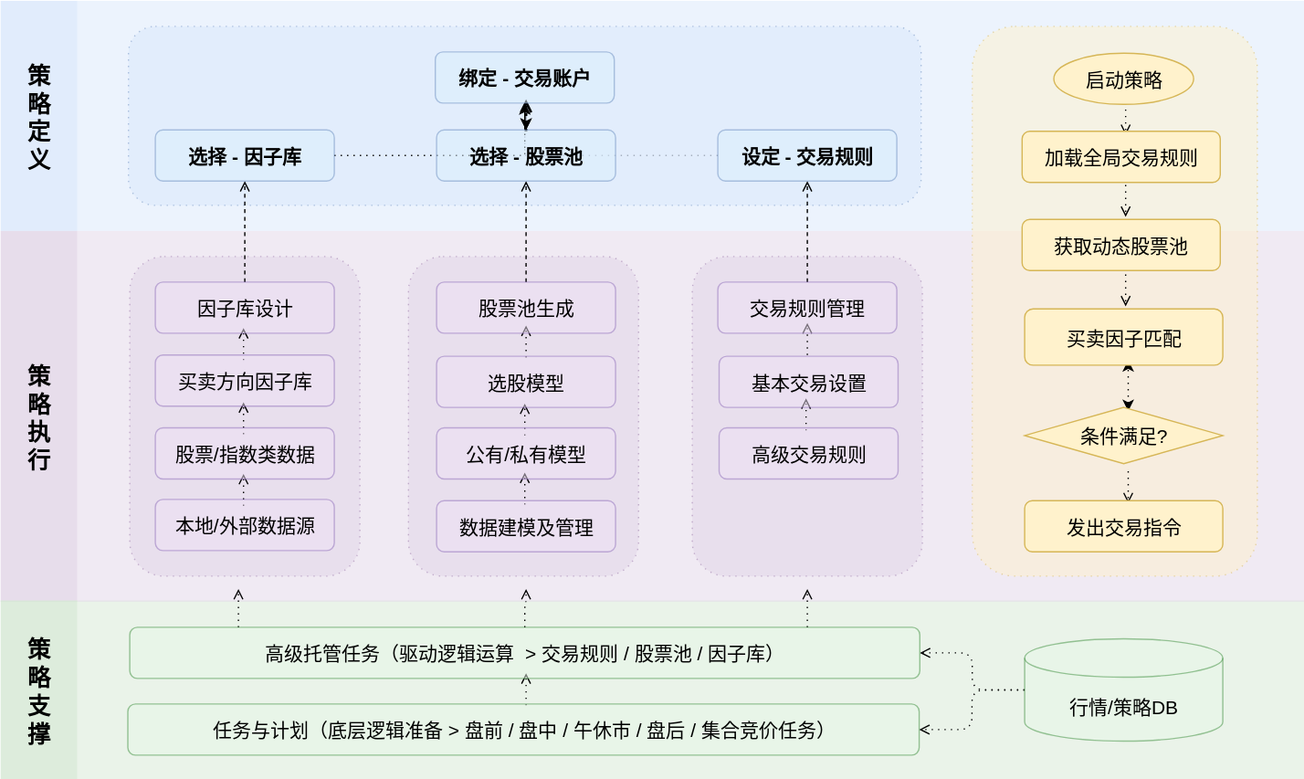
Before: images/arch_diagram.svg, a diagram exported from draw.io (huabolu/tradestack). Source tidied: cells renumbered, new cells last; positions are measured from the earlier drawing's top-left corner, leaving out a move shared by most shapes.
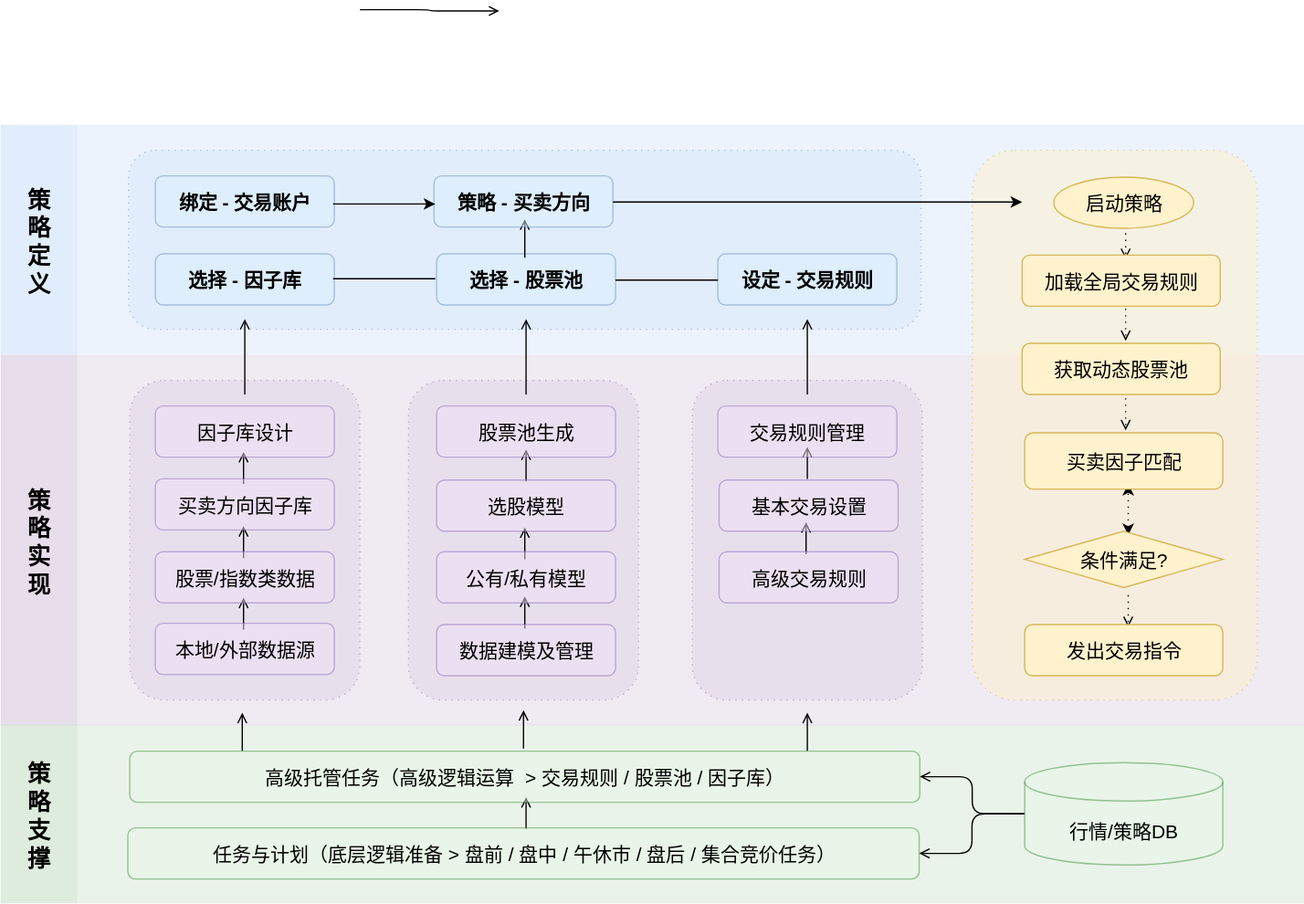
Later version of the same file.

Diff of the diagram source:
```diff
@@ -2,23 +2,18 @@
   <root>
     <mxCell id="0" />
     <mxCell id="1" parent="0" />
-    <mxCell id="2" style="edgeStyle=orthogonalEdgeStyle;rounded=0;jettySize=auto;html=1;" parent="1" edge="1" source="41" target="61">
-      <mxGeometry relative="1" as="geometry" />
-    </mxCell>
-    <mxCell id="3" style="edgeStyle=orthogonalEdgeStyle;rounded=0;jettySize=auto;html=1;strokeWidth=1;dashed=1;dashPattern=1 4;" parent="1" edge="1" source="40">
-      <mxGeometry relative="1" as="geometry">
-        <mxPoint x="410" y="80" as="targetPoint" />
-      </mxGeometry>
-    </mxCell>
+    <mxCell id="6" style="rounded=0;fillColor=#dae8fc;strokeColor=none;fontSize=16;fontStyle=1;align=center;verticalAlign=middle;opacity=50;" parent="1" vertex="1">
+      <mxGeometry x="60" width="960" height="180" as="geometry" />
+    </mxCell>
+    <mxCell id="11" style="rounded=1;fillColor=#dae8fc;strokeColor=#6c8ebf;fontSize=16;fontStyle=1;align=center;verticalAlign=middle;opacity=50;dashed=1;dashPattern=1 4;" parent="1" vertex="1">
+      <mxGeometry x="100" y="20" width="620" height="140" as="geometry" />
+    </mxCell>
     <mxCell id="4" style="rounded=0;fillColor=#d5e8d4;strokeColor=none;fontSize=16;fontStyle=1;align=center;verticalAlign=middle;opacity=50;" parent="1" vertex="1">
       <mxGeometry x="60" y="469" width="960" height="140" as="geometry" />
     </mxCell>
     <mxCell id="5" style="rounded=0;fillColor=#e1d5e7;strokeColor=none;fontSize=16;fontStyle=1;align=center;verticalAlign=middle;opacity=50;" parent="1" vertex="1">
       <mxGeometry x="60" y="180" width="960" height="290" as="geometry" />
     </mxCell>
-    <mxCell id="6" style="rounded=0;fillColor=#dae8fc;strokeColor=none;fontSize=16;fontStyle=1;align=center;verticalAlign=middle;opacity=50;" parent="1" vertex="1">
-      <mxGeometry x="60" width="960" height="180" as="geometry" />
-    </mxCell>
     <mxCell id="7" style="rounded=1;whiteSpace=wrap;html=1;fillColor=#fff2cc;strokeColor=#D6B656;dashed=1;dashPattern=1 4;opacity=50;" parent="1" vertex="1">
       <mxGeometry x="760" y="20" width="223" height="430" as="geometry" />
     </mxCell>
@@ -31,9 +26,6 @@
     <mxCell id="10" style="rounded=1;fillColor=#e1d5e7;strokeColor=#9673a6;fontSize=16;fontStyle=1;align=center;verticalAlign=middle;opacity=50;dashed=1;dashPattern=1 4;" parent="1" vertex="1">
       <mxGeometry x="541" y="200" width="180" height="250" as="geometry" />
     </mxCell>
-    <mxCell id="11" style="rounded=1;fillColor=#dae8fc;strokeColor=#6c8ebf;fontSize=16;fontStyle=1;align=center;verticalAlign=middle;opacity=50;dashed=1;dashPattern=1 4;" parent="1" vertex="1">
-      <mxGeometry x="100" y="20" width="620" height="140" as="geometry" />
-    </mxCell>
     <mxCell id="12" style="endArrow=open;html=1;rounded=1;strokeWidth=1;curved=0;dashed=1;dashPattern=1 4;flowAnimation=0;endFill=0;" parent="1" edge="1">
       <mxGeometry relative="1" as="geometry">
         <mxPoint x="880" y="80" as="sourcePoint" />
@@ -64,105 +56,97 @@
         <mxPoint x="882" y="281" as="targetPoint" />
       </mxGeometry>
     </mxCell>
-    <mxCell id="17" style="endArrow=open;html=1;rounded=1;strokeWidth=2;curved=0;dashed=1;dashPattern=1 2;flowAnimation=0;endFill=0;" parent="1" edge="1">
-      <mxGeometry relative="1" as="geometry">
-        <mxPoint x="411" y="102" as="sourcePoint" />
-        <mxPoint x="411" y="77" as="targetPoint" />
-      </mxGeometry>
-    </mxCell>
-    <mxCell id="18" style="edgeStyle=orthogonalEdgeStyle;rounded=1;jettySize=auto;html=1;dashed=1;endArrow=open;endFill=0;strokeWidth=1;curved=0;" parent="1" edge="1" source="43" target="40">
-      <mxGeometry relative="1" as="geometry" />
+    <mxCell id="18" style="edgeStyle=orthogonalEdgeStyle;rounded=1;orthogonalLoop=1;jettySize=auto;html=1;endArrow=open;endFill=0;strokeWidth=1;curved=0;" parent="1" edge="1">
+      <mxGeometry relative="1" as="geometry">
+        <mxPoint x="631" y="211" as="sourcePoint" />
+        <mxPoint x="631" y="152" as="targetPoint" />
+      </mxGeometry>
     </mxCell>
-    <mxCell id="19" style="edgeStyle=orthogonalEdgeStyle;rounded=1;jettySize=auto;html=1;dashed=1;endArrow=open;endFill=0;strokeWidth=1;curved=0;" parent="1" edge="1" source="45" target="41">
-      <mxGeometry relative="1" as="geometry" />
+    <mxCell id="19" style="edgeStyle=orthogonalEdgeStyle;rounded=1;orthogonalLoop=1;jettySize=auto;html=1;endArrow=open;endFill=0;strokeWidth=1;curved=0;" parent="1" edge="1">
+      <mxGeometry relative="1" as="geometry">
+        <mxPoint x="411" y="211" as="sourcePoint" />
+        <mxPoint x="411" y="152" as="targetPoint" />
+      </mxGeometry>
     </mxCell>
-    <mxCell id="20" style="edgeStyle=orthogonalEdgeStyle;rounded=1;jettySize=auto;html=1;dashed=1;endArrow=open;endFill=0;strokeWidth=1;curved=0;" parent="1" edge="1" source="44" target="42">
-      <mxGeometry relative="1" as="geometry" />
+    <mxCell id="20" style="edgeStyle=orthogonalEdgeStyle;rounded=1;orthogonalLoop=1;jettySize=auto;html=1;endArrow=open;endFill=0;strokeWidth=1;curved=0;" parent="1" edge="1">
+      <mxGeometry relative="1" as="geometry">
+        <mxPoint x="191" y="211" as="sourcePoint" />
+        <mxPoint x="191" y="152" as="targetPoint" />
+      </mxGeometry>
     </mxCell>
-    <mxCell id="21" style="edgeStyle=orthogonalEdgeStyle;rounded=0;orthogonalLoop=1;jettySize=auto;html=1;entryX=0.5;entryY=1;entryDx=0;entryDy=0;strokeWidth=1;dashed=1;dashPattern=1 4;" parent="1" edge="1">
-      <mxGeometry relative="1" as="geometry">
-        <mxPoint x="261" y="121" as="sourcePoint" />
-        <mxPoint x="410" y="80" as="targetPoint" />
-      </mxGeometry>
-    </mxCell>
-    <mxCell id="22" style="edgeStyle=orthogonalEdgeStyle;rounded=1;jettySize=auto;html=1;dashed=1;strokeWidth=1;endArrow=open;endFill=0;curved=0;dashPattern=1 4;" parent="1" edge="1" source="62" target="63">
+    <mxCell id="22" style="edgeStyle=orthogonalEdgeStyle;rounded=1;jettySize=auto;html=1;strokeWidth=1;endArrow=open;endFill=0;curved=0;" parent="1" edge="1" source="62" target="63">
       <mxGeometry relative="1" as="geometry" />
     </mxCell>
-    <mxCell id="23" style="edgeStyle=orthogonalEdgeStyle;rounded=1;jettySize=auto;html=1;dashed=1;strokeWidth=1;endArrow=open;endFill=0;curved=0;dashPattern=1 4;" parent="1" edge="1" source="62" target="39">
+    <mxCell id="23" style="edgeStyle=orthogonalEdgeStyle;rounded=1;jettySize=auto;html=1;strokeWidth=1;endArrow=open;endFill=0;curved=0;" parent="1" edge="1" source="62" target="39">
       <mxGeometry relative="1" as="geometry" />
     </mxCell>
-    <mxCell id="24" style="endArrow=open;html=1;rounded=1;strokeWidth=1;curved=0;dashed=1;dashPattern=1 4;flowAnimation=0;endFill=0;" parent="1" edge="1">
+    <mxCell id="24" style="endArrow=open;html=1;rounded=1;strokeWidth=1;curved=0;flowAnimation=0;endFill=0;" parent="1" edge="1">
       <mxGeometry relative="1" as="geometry">
         <mxPoint x="411" y="551" as="sourcePoint" />
         <mxPoint x="411" y="526" as="targetPoint" />
       </mxGeometry>
     </mxCell>
-    <mxCell id="25" style="edgeStyle=orthogonalEdgeStyle;rounded=1;jettySize=auto;html=1;dashed=1;endArrow=open;endFill=0;strokeWidth=1;curved=0;dashPattern=1 4;" parent="1" edge="1" source="63">
-      <mxGeometry relative="1" as="geometry">
-        <mxPoint x="411" y="460" as="targetPoint" />
-      </mxGeometry>
-    </mxCell>
-    <mxCell id="26" style="edgeStyle=orthogonalEdgeStyle;rounded=1;orthogonalLoop=1;jettySize=auto;html=1;dashed=1;endArrow=open;endFill=0;strokeWidth=1;curved=0;dashPattern=1 4;" parent="1" edge="1">
+    <mxCell id="26" style="edgeStyle=orthogonalEdgeStyle;rounded=1;orthogonalLoop=1;jettySize=auto;html=1;endArrow=open;endFill=0;strokeWidth=1;curved=0;" parent="1" edge="1">
       <mxGeometry relative="1" as="geometry">
         <mxPoint x="631" y="490" as="sourcePoint" />
         <mxPoint x="631" y="460" as="targetPoint" />
       </mxGeometry>
     </mxCell>
-    <mxCell id="27" style="edgeStyle=orthogonalEdgeStyle;rounded=1;orthogonalLoop=1;jettySize=auto;html=1;dashed=1;endArrow=open;endFill=0;strokeWidth=1;curved=0;dashPattern=1 4;" parent="1" edge="1">
+    <mxCell id="27" style="edgeStyle=orthogonalEdgeStyle;rounded=1;orthogonalLoop=1;jettySize=auto;html=1;endArrow=open;endFill=0;strokeWidth=1;curved=0;" parent="1" edge="1">
       <mxGeometry relative="1" as="geometry">
-        <mxPoint x="186" y="490" as="sourcePoint" />
-        <mxPoint x="186" y="460" as="targetPoint" />
+        <mxPoint x="189" y="490" as="sourcePoint" />
+        <mxPoint x="189" y="460" as="targetPoint" />
       </mxGeometry>
     </mxCell>
-    <mxCell id="28" style="endArrow=open;html=1;rounded=1;strokeWidth=1;curved=0;dashed=1;flowAnimation=0;endFill=0;dashPattern=1 4;" parent="1" edge="1">
+    <mxCell id="28" style="endArrow=open;html=1;rounded=1;strokeWidth=1;curved=0;flowAnimation=0;endFill=0;" parent="1" edge="1">
       <mxGeometry relative="1" as="geometry">
         <mxPoint x="631" y="277" as="sourcePoint" />
         <mxPoint x="631" y="252" as="targetPoint" />
       </mxGeometry>
     </mxCell>
-    <mxCell id="29" style="endArrow=open;html=1;rounded=1;strokeWidth=1;curved=0;dashed=1;dashPattern=1 4;flowAnimation=0;endFill=0;" parent="1" edge="1">
+    <mxCell id="29" style="endArrow=open;html=1;rounded=1;strokeWidth=1;curved=0;flowAnimation=0;endFill=0;" parent="1" edge="1">
       <mxGeometry relative="1" as="geometry">
         <mxPoint x="630" y="336" as="sourcePoint" />
         <mxPoint x="630" y="311" as="targetPoint" />
       </mxGeometry>
     </mxCell>
-    <mxCell id="30" style="endArrow=open;html=1;rounded=1;strokeWidth=1;curved=0;dashed=1;flowAnimation=0;endFill=0;dashPattern=1 4;" parent="1" edge="1">
+    <mxCell id="30" style="endArrow=open;html=1;rounded=1;strokeWidth=1;curved=0;flowAnimation=0;endFill=0;" parent="1" edge="1">
       <mxGeometry relative="1" as="geometry">
         <mxPoint x="411" y="279" as="sourcePoint" />
         <mxPoint x="411" y="254" as="targetPoint" />
       </mxGeometry>
     </mxCell>
-    <mxCell id="31" style="endArrow=open;html=1;rounded=1;strokeWidth=1;curved=0;dashed=1;dashPattern=1 4;flowAnimation=0;endFill=0;" parent="1" edge="1">
+    <mxCell id="31" style="endArrow=open;html=1;rounded=1;strokeWidth=1;curved=0;flowAnimation=0;endFill=0;" parent="1" edge="1">
       <mxGeometry relative="1" as="geometry">
         <mxPoint x="410" y="340" as="sourcePoint" />
         <mxPoint x="410" y="315" as="targetPoint" />
       </mxGeometry>
     </mxCell>
-    <mxCell id="32" style="endArrow=open;html=1;rounded=1;strokeWidth=1;curved=0;dashed=1;dashPattern=1 4;flowAnimation=0;endFill=0;" parent="1" edge="1">
+    <mxCell id="32" style="endArrow=open;html=1;rounded=1;strokeWidth=1;curved=0;flowAnimation=0;endFill=0;" parent="1" edge="1">
       <mxGeometry relative="1" as="geometry">
         <mxPoint x="410" y="394" as="sourcePoint" />
         <mxPoint x="410" y="369" as="targetPoint" />
       </mxGeometry>
     </mxCell>
-    <mxCell id="33" style="endArrow=open;html=1;rounded=1;strokeWidth=1;curved=0;dashed=1;dashPattern=1 4;flowAnimation=0;endFill=0;" parent="1" edge="1">
+    <mxCell id="33" style="endArrow=open;html=1;rounded=1;strokeWidth=1;curved=0;flowAnimation=0;endFill=0;" parent="1" edge="1">
       <mxGeometry relative="1" as="geometry">
         <mxPoint x="190" y="281" as="sourcePoint" />
         <mxPoint x="190" y="256" as="targetPoint" />
       </mxGeometry>
     </mxCell>
-    <mxCell id="34" style="endArrow=open;html=1;rounded=1;strokeWidth=1;curved=0;dashed=1;dashPattern=1 4;flowAnimation=0;endFill=0;" parent="1" edge="1">
+    <mxCell id="34" style="endArrow=open;html=1;rounded=1;strokeWidth=1;curved=0;flowAnimation=0;endFill=0;" parent="1" edge="1">
       <mxGeometry relative="1" as="geometry">
         <mxPoint x="190" y="339" as="sourcePoint" />
         <mxPoint x="190" y="314" as="targetPoint" />
       </mxGeometry>
     </mxCell>
-    <mxCell id="35" style="endArrow=open;html=1;rounded=1;strokeWidth=1;curved=0;dashed=1;dashPattern=1 4;flowAnimation=0;endFill=0;" parent="1" edge="1">
+    <mxCell id="35" style="endArrow=open;html=1;rounded=1;strokeWidth=1;curved=0;flowAnimation=0;endFill=0;" parent="1" edge="1">
       <mxGeometry relative="1" as="geometry">
         <mxPoint x="190" y="395" as="sourcePoint" />
         <mxPoint x="190" y="370" as="targetPoint" />
       </mxGeometry>
     </mxCell>
-    <mxCell id="36" value="策&#10;略&#10;执&#10;行" style="rounded=0;fillColor=#e1d5e7;strokeColor=none;fontSize=18;fontStyle=1;align=center;verticalAlign=middle;opacity=80;" parent="1" vertex="1">
+    <mxCell id="36" value="策&#10;略&#10;实&#10;现" style="rounded=0;fillColor=#e1d5e7;strokeColor=none;fontSize=18;fontStyle=1;align=center;verticalAlign=middle;opacity=80;" parent="1" vertex="1">
       <mxGeometry y="180" width="60" height="290" as="geometry" />
     </mxCell>
     <mxCell id="37" value="策&#10;略&#10;支&#10;撑" style="rounded=0;fillColor=#d5e8d4;strokeColor=none;fontSize=18;fontStyle=1;align=center;verticalAlign=middle;opacity=80;" parent="1" vertex="1">
@@ -231,23 +215,62 @@
     <mxCell id="58" value="条件满足?" style="rhombus;whiteSpace=wrap;html=1;fillColor=light-dark(#FFF2CC,#281D00);strokeColor=#D6B656;fontSize=15;" parent="1" vertex="1">
       <mxGeometry x="801" y="318" width="155" height="44" as="geometry" />
     </mxCell>
-    <mxCell id="59" style="edgeStyle=orthogonalEdgeStyle;rounded=0;jettySize=auto;html=1;" parent="1" edge="1" source="61" target="41">
-      <mxGeometry relative="1" as="geometry" />
-    </mxCell>
-    <mxCell id="60" style="edgeStyle=orthogonalEdgeStyle;rounded=0;jettySize=auto;html=1;" parent="1" edge="1" source="61" target="41">
-      <mxGeometry relative="1" as="geometry" />
-    </mxCell>
     <mxCell id="61" value="&lt;span style=&quot;font-size: 15px;&quot;&gt;绑定 -&amp;nbsp;&lt;/span&gt;&lt;span style=&quot;color: light-dark(rgb(0, 0, 0), rgb(255, 255, 255)); background-color: transparent; font-size: 15px;&quot;&gt;交易账户&lt;/span&gt;" style="rounded=1;whiteSpace=wrap;html=1;fillColor=#dbeffd;strokeColor=#6c8ebf;fontSize=12;fontStyle=1;opacity=50;" parent="1" vertex="1">
-      <mxGeometry x="340" y="40" width="140" height="40" as="geometry" />
+      <mxGeometry x="121" y="40" width="140" height="40" as="geometry" />
     </mxCell>
     <mxCell id="62" value="&lt;font style=&quot;font-size: 15px;&quot;&gt;行情/策略DB&lt;/font&gt;" style="shape=cylinder3;whiteSpace=wrap;html=1;boundedLbl=1;backgroundOutline=1;size=15;fillColor=light-dark(#E8F8E8,#122012);strokeColor=light-dark(#3C8D3C,#569C56);opacity=50;" parent="1" vertex="1">
       <mxGeometry x="801" y="499" width="155" height="80" as="geometry" />
     </mxCell>
-    <mxCell id="63" value="&lt;div style=&quot;text-align: left;&quot;&gt;&lt;span style=&quot;background-color: transparent; color: light-dark(rgb(0, 0, 0), rgb(255, 255, 255)); font-size: 15px;&quot;&gt;高级托管任务（&lt;/span&gt;&lt;span style=&quot;background-color: transparent; color: light-dark(rgb(0, 0, 0), rgb(255, 255, 255)); font-size: 15px;&quot;&gt;驱动逻辑运算&amp;nbsp; &amp;gt;&amp;nbsp;&lt;/span&gt;&lt;span style=&quot;background-color: transparent; color: light-dark(rgb(0, 0, 0), rgb(255, 255, 255)); font-size: 15px;&quot;&gt;交易规则 / 股票池 / 因子库）&lt;/span&gt;&lt;/div&gt;" style="rounded=1;whiteSpace=wrap;html=1;fillColor=#e8f8e8;strokeColor=#3c8d3c;fontSize=11;opacity=50;" parent="1" vertex="1">
+    <mxCell id="63" value="&lt;div style=&quot;text-align: left;&quot;&gt;&lt;span style=&quot;background-color: transparent; color: light-dark(rgb(0, 0, 0), rgb(255, 255, 255)); font-size: 15px;&quot;&gt;高级托管任务（高级&lt;/span&gt;&lt;span style=&quot;background-color: transparent; color: light-dark(rgb(0, 0, 0), rgb(255, 255, 255)); font-size: 15px;&quot;&gt;逻辑运算&amp;nbsp; &amp;gt;&amp;nbsp;&lt;/span&gt;&lt;span style=&quot;background-color: transparent; color: light-dark(rgb(0, 0, 0), rgb(255, 255, 255)); font-size: 15px;&quot;&gt;交易规则 / 股票池 / 因子库）&lt;/span&gt;&lt;/div&gt;" style="rounded=1;whiteSpace=wrap;html=1;fillColor=#e8f8e8;strokeColor=#3c8d3c;fontSize=11;opacity=50;" parent="1" vertex="1">
       <mxGeometry x="101" y="490" width="618" height="40" as="geometry" />
     </mxCell>
     <mxCell id="64" value="&lt;span style=&quot;font-size: 15px;&quot;&gt;发出交易指令&lt;/span&gt;" style="rounded=1;whiteSpace=wrap;html=1;fillColor=light-dark(#FFF2CC,#281D00);strokeColor=#D6B656;" parent="1" vertex="1">
       <mxGeometry x="801" y="391" width="155" height="40" as="geometry" />
     </mxCell>
+    <mxCell id="65" style="edgeStyle=orthogonalEdgeStyle;rounded=1;orthogonalLoop=1;jettySize=auto;html=1;endArrow=open;endFill=0;strokeWidth=1;curved=0;" parent="1" edge="1">
+      <mxGeometry relative="1" as="geometry">
+        <mxPoint x="409" y="488" as="sourcePoint" />
+        <mxPoint x="409" y="458" as="targetPoint" />
+      </mxGeometry>
+    </mxCell>
+    <mxCell id="66" style="edgeStyle=orthogonalEdgeStyle;rounded=1;orthogonalLoop=1;jettySize=auto;html=1;endArrow=open;endFill=0;strokeWidth=1;curved=0;" parent="1" edge="1">
+      <mxGeometry relative="1" as="geometry">
+        <mxPoint x="410" y="104" as="sourcePoint" />
+        <mxPoint x="410" y="74" as="targetPoint" />
+      </mxGeometry>
+    </mxCell>
+    <mxCell id="67" style="endArrow=none;html=1;rounded=0;" parent="1" edge="1">
+      <mxGeometry relative="1" as="geometry">
+        <mxPoint x="481" y="121.5" as="sourcePoint" />
+        <mxPoint x="561" y="121.5" as="targetPoint" />
+      </mxGeometry>
+    </mxCell>
+    <mxCell id="68" style="endArrow=none;html=1;rounded=0;" parent="1" edge="1">
+      <mxGeometry relative="1" as="geometry">
+        <mxPoint x="260" y="120.5" as="sourcePoint" />
+        <mxPoint x="340" y="120.5" as="targetPoint" />
+      </mxGeometry>
+    </mxCell>
+    <mxCell id="69" value="&lt;span style=&quot;font-size: 15px;&quot;&gt;策略 - 买卖方向&lt;/span&gt;" style="rounded=1;whiteSpace=wrap;html=1;fillColor=#dbeffd;strokeColor=#6c8ebf;fontSize=12;fontStyle=1;opacity=50;" parent="1" vertex="1">
+      <mxGeometry x="339" y="40" width="140" height="40" as="geometry" />
+    </mxCell>
+    <mxCell id="70" style="edgeStyle=orthogonalEdgeStyle;rounded=1;orthogonalLoop=1;jettySize=auto;html=1;endArrow=open;endFill=0;strokeWidth=1;curved=0;" parent="1" edge="1">
+      <mxGeometry relative="1" as="geometry">
+        <mxPoint x="281" y="-90" as="sourcePoint" />
+        <mxPoint x="390" y="-89" as="targetPoint" />
+      </mxGeometry>
+    </mxCell>
+    <mxCell id="71" style="endArrow=classic;html=1;rounded=0;" parent="1" edge="1">
+      <mxGeometry relative="1" as="geometry">
+        <mxPoint x="260" y="62" as="sourcePoint" />
+        <mxPoint x="340" y="62" as="targetPoint" />
+      </mxGeometry>
+    </mxCell>
+    <mxCell id="72" style="endArrow=classic;html=1;rounded=0;" parent="1" edge="1">
+      <mxGeometry relative="1" as="geometry">
+        <mxPoint x="479" y="60.5" as="sourcePoint" />
+        <mxPoint x="799" y="60.5" as="targetPoint" />
+      </mxGeometry>
+    </mxCell>
   </root>
 </mxGraphModel>
```
